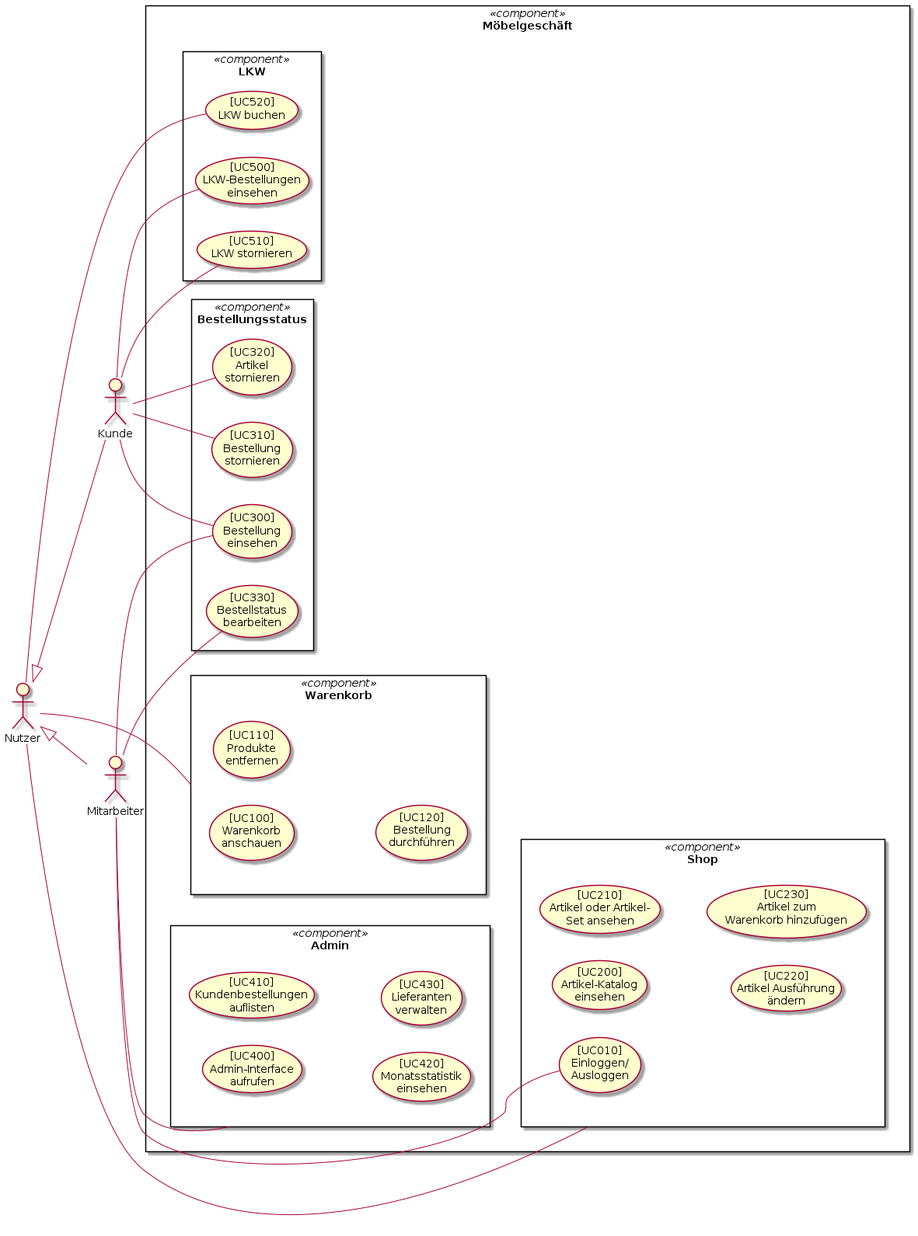
The PlantUML diagram src/main/asciidoc/images/usecase.png in shinyonogi/SWT, before a commit.
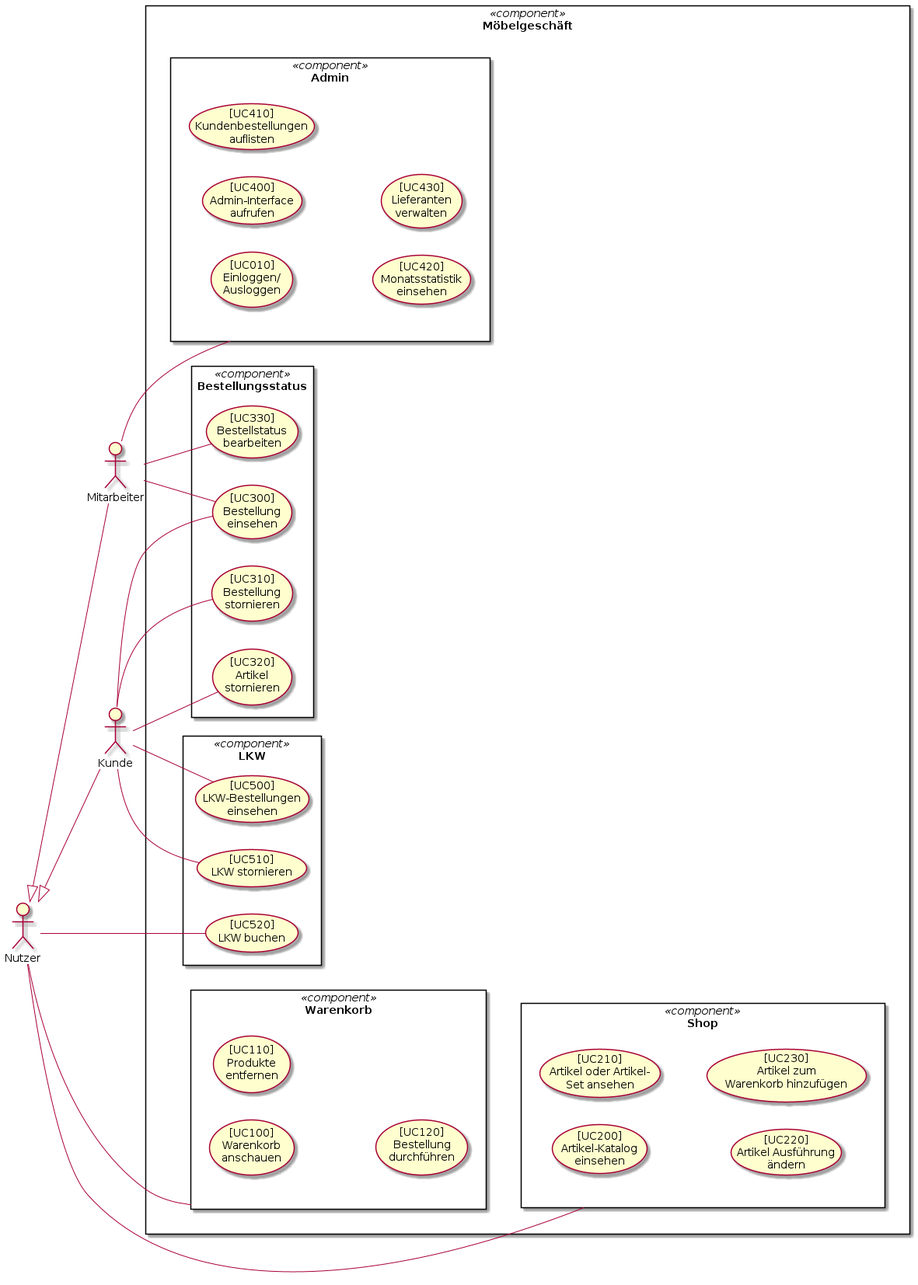
Later version of the same file.

Commit message:
fix errors in usecase diagram  and change description of login/logout usecase accordingly #2 #3

Diff of the diagram source:
```diff
@@ -20,14 +20,13 @@
         usecase ([UC120] \n Bestellung \ndurchführen)
     }
     rectangle Admin <<component>> {
+        usecase ([UC010] \n Einloggen/\nAusloggen) as logout
         usecase ([UC400] \n Admin-Interface \n aufrufen)
         usecase ([UC410] \n Kundenbestellungen \nauflisten)
         usecase ([UC420] \n Monatsstatistik \neinsehen)
         usecase ([UC430] \n Lieferanten \nverwalten)
     }
     rectangle Shop <<component>> {
-        Mitarbeiter -- (logout)
-        usecase ([UC010] \n Einloggen/\nAusloggen) as logout
         usecase ([UC200] \n Artikel-Katalog \n einsehen)
         usecase ([UC210] \n Artikel oder Artikel-\nSet ansehen)
         usecase ([UC220] \n Artikel Ausführung \nändern)
```
